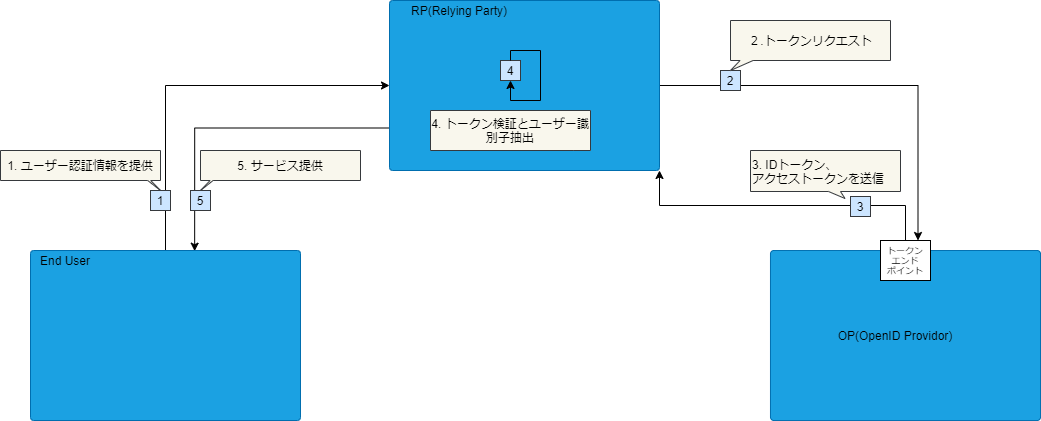
Above: content/docs/auth/stateless-authn/oidc-resource-owner-password-credentials-flow.drawio.png in Fintan-contents/mobile-app-crib-notes (draw.io), before the change. Source tidied: cells renumbered, new cells last; positions are measured from the earlier drawing's top-left corner, leaving out a move shared by most shapes.
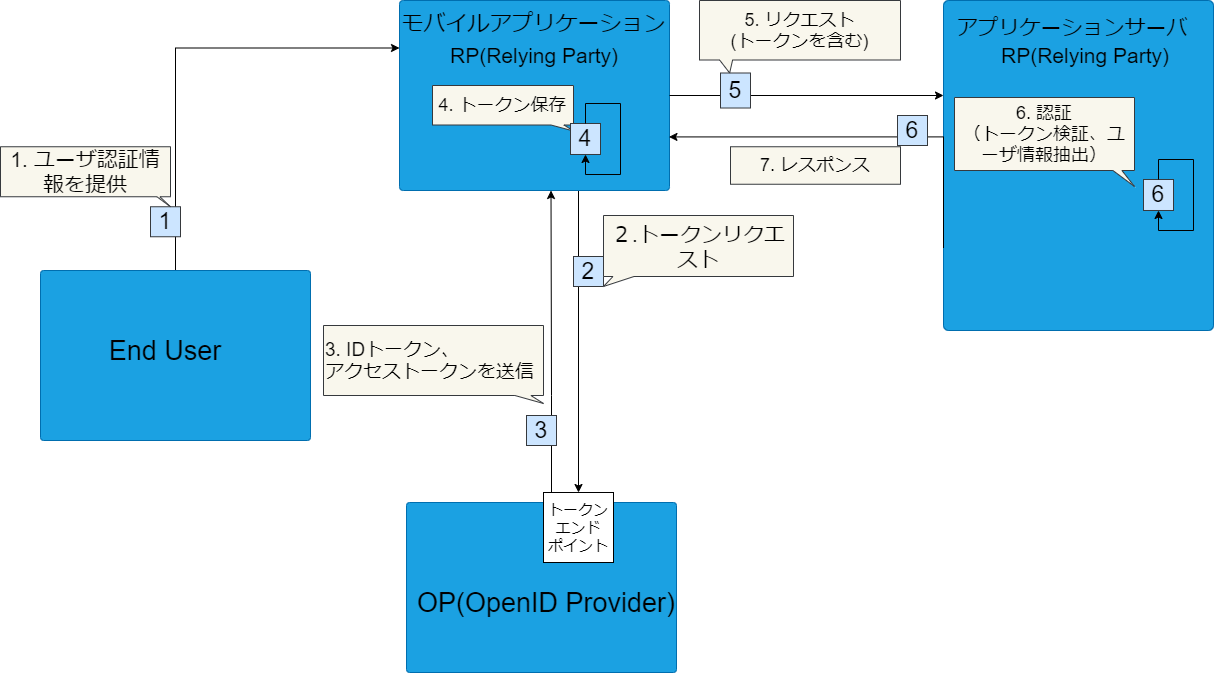
The same file after the commit.

Diff of the diagram source:
```diff
@@ -2,78 +2,134 @@
   <root>
     <mxCell id="0" />
     <mxCell id="1" parent="0" />
-    <mxCell id="2" style="edgeStyle=orthogonalEdgeStyle;jettySize=auto;html=1;exitX=1;exitY=0.5;exitDx=0;exitDy=0;rounded=0;comic=0;entryX=0.75;entryY=0;entryDx=0;entryDy=0;" parent="1" edge="1" source="4" target="13">
-      <mxGeometry relative="1" as="geometry" />
+    <mxCell id="2" style="edgeStyle=orthogonalEdgeStyle;jettySize=auto;html=1;rounded=0;comic=0;entryX=0.5;entryY=0;entryDx=0;entryDy=0;" parent="1" edge="1" target="13">
+      <mxGeometry relative="1" as="geometry">
+        <mxPoint x="418" y="165" as="sourcePoint" />
+        <Array as="points">
+          <mxPoint x="418" y="165" />
+        </Array>
+      </mxGeometry>
     </mxCell>
-    <mxCell id="3" style="edgeStyle=orthogonalEdgeStyle;rounded=0;comic=0;jettySize=auto;html=1;exitX=0;exitY=0.75;exitDx=0;exitDy=0;entryX=0.608;entryY=0.004;entryDx=0;entryDy=0;entryPerimeter=0;startArrow=none;startFill=0;endArrow=classic;endFill=1;fontSize=9;fontColor=#000000;" parent="1" edge="1" source="4" target="8">
-      <mxGeometry relative="1" as="geometry" />
-    </mxCell>
     <mxCell id="4" style="rounded=1;whiteSpace=wrap;html=1;arcSize=2;fillColor=#1ba1e2;strokeColor=#006EAF;fontColor=#ffffff;" parent="1" vertex="1">
-      <mxGeometry x="389" width="270" height="170" as="geometry" />
+      <mxGeometry x="239" y="-25" width="270" height="190" as="geometry" />
     </mxCell>
     <mxCell id="5" style="rounded=1;whiteSpace=wrap;html=1;arcSize=2;fillColor=#1ba1e2;strokeColor=#006EAF;fontColor=#ffffff;" parent="1" vertex="1">
-      <mxGeometry x="770" y="250" width="270" height="170" as="geometry" />
+      <mxGeometry x="246" y="477" width="270" height="170" as="geometry" />
     </mxCell>
-    <mxCell id="6" value="OP(OpenID Providor)" style="text;html=1;strokeColor=none;fillColor=none;align=center;verticalAlign=middle;whiteSpace=wrap;rounded=0;" parent="1" vertex="1">
-      <mxGeometry x="830" y="325" width="130" height="20" as="geometry" />
+    <mxCell id="6" value="OP(OpenID Provider)" style="text;html=1;strokeColor=none;fillColor=none;align=center;verticalAlign=middle;whiteSpace=wrap;rounded=0;fontSize=27;" parent="1" vertex="1">
+      <mxGeometry x="236" y="567" width="300" height="20" as="geometry" />
     </mxCell>
-    <mxCell id="7" style="edgeStyle=orthogonalEdgeStyle;rounded=0;comic=0;jettySize=auto;html=1;exitX=0.5;exitY=0;exitDx=0;exitDy=0;entryX=0;entryY=0.5;entryDx=0;entryDy=0;startArrow=none;startFill=0;endArrow=classic;endFill=1;fontSize=9;fontColor=#000000;" parent="1" edge="1" source="8" target="4">
+    <mxCell id="7" style="edgeStyle=orthogonalEdgeStyle;rounded=0;comic=0;jettySize=auto;html=1;exitX=0.5;exitY=0;exitDx=0;exitDy=0;entryX=0;entryY=0.25;entryDx=0;entryDy=0;startArrow=none;startFill=0;endArrow=classic;endFill=1;fontSize=9;fontColor=#000000;" parent="1" edge="1" source="8" target="4">
       <mxGeometry relative="1" as="geometry" />
     </mxCell>
-    <mxCell id="8" style="rounded=1;whiteSpace=wrap;html=1;arcSize=2;fillColor=#1ba1e2;strokeColor=#006EAF;fontColor=#ffffff;" parent="1" vertex="1">
-      <mxGeometry x="30" y="250" width="270" height="170" as="geometry" />
+    <mxCell id="8" style="rounded=1;whiteSpace=wrap;html=1;arcSize=2;fillColor=#1ba1e2;strokeColor=#006EAF;fontColor=#ffffff;fontSize=18;" parent="1" vertex="1">
+      <mxGeometry x="-120" y="245" width="270" height="170" as="geometry" />
     </mxCell>
-    <mxCell id="9" value="RP(Relying Party)" style="text;html=1;strokeColor=none;fillColor=none;align=center;verticalAlign=middle;whiteSpace=wrap;rounded=0;" parent="1" vertex="1">
-      <mxGeometry x="394" width="130" height="20" as="geometry" />
-    </mxCell>
-    <mxCell id="10" value="End User" style="text;html=1;strokeColor=none;fillColor=none;align=center;verticalAlign=middle;whiteSpace=wrap;rounded=0;" parent="1" vertex="1">
-      <mxGeometry y="250" width="130" height="20" as="geometry" />
+    <mxCell id="10" value="End User" style="text;html=1;strokeColor=none;fillColor=none;align=center;verticalAlign=middle;whiteSpace=wrap;rounded=0;fontSize=27;" parent="1" vertex="1">
+      <mxGeometry x="-60" y="315" width="130" height="20" as="geometry" />
     </mxCell>
-    <mxCell id="11" value="2" style="rounded=0;whiteSpace=wrap;html=1;fillColor=#cce5ff;strokeColor=#36393d;fontColor=#000000;" parent="1" vertex="1">
-      <mxGeometry x="720" y="70" width="20" height="20" as="geometry" />
+    <mxCell id="11" value="2" style="rounded=0;whiteSpace=wrap;html=1;fillColor=#cce5ff;strokeColor=#36393d;fontColor=#000000;fontSize=23;" parent="1" vertex="1">
+      <mxGeometry x="413" y="231" width="30" height="30" as="geometry" />
     </mxCell>
-    <mxCell id="12" value="２.トークンリクエスト" style="shape=callout;whiteSpace=wrap;html=1;perimeter=calloutPerimeter;position2=0;base=13;size=10;position=0.06;fillColor=#f9f7ed;strokeColor=#36393d;fontColor=#000000;" parent="1" vertex="1">
-      <mxGeometry x="730" y="20" width="160" height="50" as="geometry" />
+    <mxCell id="12" value="&lt;span style=&quot;font-size: 21px&quot;&gt;２.トークンリクエスト&lt;/span&gt;" style="shape=callout;whiteSpace=wrap;html=1;perimeter=calloutPerimeter;position2=0;base=21;size=10;position=0.05;fillColor=#f9f7ed;strokeColor=#36393d;fontColor=#000000;fontSize=18;" parent="1" vertex="1">
+      <mxGeometry x="443" y="190" width="190" height="71" as="geometry" />
     </mxCell>
-    <mxCell id="13" value="トークン&lt;br style=&quot;font-size: 9px&quot;&gt;エンド&lt;br style=&quot;font-size: 9px&quot;&gt;ポイント" style="rounded=0;whiteSpace=wrap;html=1;fontSize=9;" parent="1" vertex="1">
-      <mxGeometry x="880" y="240" width="50" height="40" as="geometry" />
+    <mxCell id="13" value="トークン&lt;br style=&quot;font-size: 15px&quot;&gt;エンド&lt;br style=&quot;font-size: 15px&quot;&gt;ポイント" style="rounded=0;whiteSpace=wrap;html=1;fontSize=15;" parent="1" vertex="1">
+      <mxGeometry x="383" y="467" width="70" height="70" as="geometry" />
     </mxCell>
-    <mxCell id="14" style="edgeStyle=orthogonalEdgeStyle;rounded=0;comic=0;jettySize=auto;html=1;exitX=0.5;exitY=0;exitDx=0;exitDy=0;entryX=1;entryY=1;entryDx=0;entryDy=0;startArrow=none;startFill=0;endArrow=classic;endFill=1;fontSize=9;" parent="1" edge="1" source="13" target="4">
-      <mxGeometry relative="1" as="geometry" />
-    </mxCell>
+    <mxCell id="19" value="4. トークン保存" style="shape=callout;whiteSpace=wrap;html=1;perimeter=calloutPerimeter;position2=1;base=13;size=6;position=0.84;fillColor=#f9f7ed;strokeColor=#36393d;fontColor=#000000;fontSize=18;" parent="1" vertex="1">
+      <mxGeometry x="272" y="60" width="141" height="45.5" as="geometry" />
+    </mxCell>
+    <mxCell id="17" value="4" style="rounded=0;whiteSpace=wrap;html=1;fillColor=#cce5ff;strokeColor=#36393d;fontColor=#000000;fontSize=23;" parent="1" vertex="1">
+      <mxGeometry x="410" y="98" width="30" height="31" as="geometry" />
+    </mxCell>
+    <mxCell id="18" style="edgeStyle=orthogonalEdgeStyle;rounded=0;orthogonalLoop=1;jettySize=auto;html=1;exitX=0.5;exitY=0;exitDx=0;exitDy=0;entryX=0.5;entryY=1;entryDx=0;entryDy=0;" parent="1" edge="1" source="17" target="17">
+      <mxGeometry relative="1" as="geometry">
+        <Array as="points">
+          <mxPoint x="425" y="78" />
+          <mxPoint x="460" y="78" />
+          <mxPoint x="460" y="149" />
+          <mxPoint x="425" y="149" />
+        </Array>
+      </mxGeometry>
+    </mxCell>
+    <mxCell id="24" style="rounded=1;whiteSpace=wrap;html=1;arcSize=2;fillColor=#1ba1e2;strokeColor=#006EAF;fontColor=#ffffff;fontSize=18;" parent="1" vertex="1">
+      <mxGeometry x="783" y="-25" width="270" height="330" as="geometry" />
+    </mxCell>
+    <mxCell id="25" value="アプリケーションサーバ" style="text;html=1;strokeColor=none;fillColor=none;align=center;verticalAlign=middle;whiteSpace=wrap;rounded=0;fontSize=21;" parent="1" vertex="1">
+      <mxGeometry x="787" y="-3" width="250" height="10" as="geometry" />
+    </mxCell>
+    <mxCell id="26" value="RP(Relying Party)" style="text;html=1;strokeColor=none;fillColor=none;align=center;verticalAlign=middle;whiteSpace=wrap;rounded=0;fontSize=21;" parent="1" vertex="1">
+      <mxGeometry x="787" y="20" width="276" height="20" as="geometry" />
+    </mxCell>
+    <mxCell id="27" value="モバイルアプリケーション" style="text;html=1;strokeColor=none;fillColor=none;align=center;verticalAlign=middle;whiteSpace=wrap;rounded=0;fontSize=22;" parent="1" vertex="1">
+      <mxGeometry x="240" y="-25" width="267" height="45" as="geometry" />
+    </mxCell>
+    <mxCell id="28" style="edgeStyle=orthogonalEdgeStyle;jettySize=auto;html=1;rounded=0;comic=0;entryX=0.75;entryY=1;entryDx=0;entryDy=0;" parent="1" edge="1" source="13">
+      <mxGeometry relative="1" as="geometry">
+        <mxPoint x="390.5" y="165" as="targetPoint" />
+        <Array as="points">
+          <mxPoint x="391" y="370" />
+          <mxPoint x="391" y="370" />
+        </Array>
+      </mxGeometry>
+    </mxCell>
+    <mxCell id="29" value="6" style="rounded=0;whiteSpace=wrap;html=1;fillColor=#cce5ff;strokeColor=#36393d;fontColor=#000000;fontSize=23;" parent="1" vertex="1">
+      <mxGeometry x="983" y="154" width="30" height="31" as="geometry" />
+    </mxCell>
+    <mxCell id="30" style="edgeStyle=orthogonalEdgeStyle;rounded=0;orthogonalLoop=1;jettySize=auto;html=1;exitX=0.5;exitY=0;exitDx=0;exitDy=0;entryX=0.5;entryY=1;entryDx=0;entryDy=0;" parent="1" edge="1" source="29" target="29">
+      <mxGeometry relative="1" as="geometry">
+        <Array as="points">
+          <mxPoint x="998" y="134" />
+          <mxPoint x="1033" y="134" />
+          <mxPoint x="1033" y="205" />
+          <mxPoint x="998" y="205" />
+        </Array>
+      </mxGeometry>
+    </mxCell>
+    <mxCell id="31" style="edgeStyle=orthogonalEdgeStyle;rounded=0;comic=0;jettySize=auto;html=1;exitX=1;exitY=0.5;exitDx=0;exitDy=0;startArrow=none;startFill=0;endArrow=classic;endFill=1;fontSize=9;fontColor=#000000;" parent="1" edge="1" source="4" target="24">
+      <mxGeometry relative="1" as="geometry">
+        <Array as="points">
+          <mxPoint x="783" y="70" />
+        </Array>
+      </mxGeometry>
+    </mxCell>
+    <mxCell id="22" value="5" style="rounded=0;whiteSpace=wrap;html=1;fillColor=#cce5ff;strokeColor=#36393d;fontColor=#000000;fontSize=23;" parent="1" vertex="1">
+      <mxGeometry x="560" y="47.5" width="30" height="35" as="geometry" />
+    </mxCell>
+    <mxCell id="32" value="5. リクエスト&lt;br&gt;(トークンを含む)" style="shape=callout;whiteSpace=wrap;html=1;perimeter=calloutPerimeter;position2=0.15;base=13;size=13;position=0.1;fillColor=#f9f7ed;strokeColor=#36393d;fontColor=#000000;fontSize=18;" parent="1" vertex="1">
+      <mxGeometry x="539" y="-25" width="201" height="72.5" as="geometry" />
+    </mxCell>
+    <mxCell id="33" value="6. 認証&lt;br&gt;（トークン検証、ユーザ情報抽出）" style="shape=callout;whiteSpace=wrap;html=1;perimeter=calloutPerimeter;position2=1;base=9;size=16;position=0.88;fillColor=#f9f7ed;strokeColor=#36393d;fontColor=#000000;fontSize=18;" parent="1" vertex="1">
+      <mxGeometry x="794" y="72" width="180" height="89" as="geometry" />
+    </mxCell>
+    <mxCell id="34" style="edgeStyle=orthogonalEdgeStyle;rounded=0;comic=0;jettySize=auto;html=1;exitX=0;exitY=0.75;exitDx=0;exitDy=0;entryX=0.998;entryY=0.718;entryDx=0;entryDy=0;entryPerimeter=0;startArrow=none;startFill=0;endArrow=classic;endFill=1;fontSize=9;fontColor=#000000;" parent="1" edge="1" source="24" target="4">
+      <mxGeometry relative="1" as="geometry">
+        <Array as="points">
+          <mxPoint x="783" y="111" />
+        </Array>
+      </mxGeometry>
+    </mxCell>
+    <mxCell id="35" value="6" style="rounded=0;whiteSpace=wrap;html=1;fillColor=#cce5ff;strokeColor=#36393d;fontColor=#000000;fontSize=23;" parent="1" vertex="1">
+      <mxGeometry x="737" y="90" width="30" height="30" as="geometry" />
+    </mxCell>
+    <mxCell id="36" value="7. レスポンス" style="shape=callout;whiteSpace=wrap;html=1;perimeter=calloutPerimeter;position2=0;base=10;size=0;position=0;fillColor=#f9f7ed;strokeColor=#36393d;fontColor=#000000;fontSize=18;" parent="1" vertex="1">
+      <mxGeometry x="570" y="121.2" width="170" height="37.5" as="geometry" />
+    </mxCell>
+    <mxCell id="20" value="1" style="rounded=0;whiteSpace=wrap;html=1;fillColor=#cce5ff;strokeColor=#36393d;fontColor=#000000;fontSize=23;" parent="1" vertex="1">
+      <mxGeometry x="-10" y="181.2" width="30" height="30" as="geometry" />
+    </mxCell>
+    <mxCell id="37" value="1. ユーザ認証情報を提供" style="shape=callout;whiteSpace=wrap;html=1;perimeter=calloutPerimeter;position2=1;base=3;size=10;position=0.92;fillColor=#f9f7ed;strokeColor=#36393d;fontColor=#000000;fontSize=21;" parent="1" vertex="1">
+      <mxGeometry x="-160" y="121.2" width="170" height="60" as="geometry" />
+    </mxCell>
-    <mxCell id="15" value="3" style="rounded=0;whiteSpace=wrap;html=1;fillColor=#cce5ff;strokeColor=#36393d;fontColor=#000000;" parent="1" vertex="1">
-      <mxGeometry x="850" y="196" width="20" height="20" as="geometry" />
+    <mxCell id="15" value="3" style="rounded=0;whiteSpace=wrap;html=1;fillColor=#cce5ff;strokeColor=#36393d;fontColor=#000000;fontSize=23;" parent="1" vertex="1">
+      <mxGeometry x="366" y="390" width="30" height="30" as="geometry" />
     </mxCell>
-    <mxCell id="16" value="3. IDトークン、&lt;br&gt;アクセストークンを送信" style="shape=callout;whiteSpace=wrap;html=1;perimeter=calloutPerimeter;position2=0.63;base=12;size=7;position=0.52;fillColor=#f9f7ed;strokeColor=#36393d;fontColor=#000000;align=left;" parent="1" vertex="1">
-      <mxGeometry x="750" y="150" width="150" height="48" as="geometry" />
+    <mxCell id="16" value="3. IDトークン、&lt;br style=&quot;font-size: 19px;&quot;&gt;アクセストークンを送信" style="shape=callout;whiteSpace=wrap;html=1;perimeter=calloutPerimeter;position2=1;base=16;size=8;position=0.87;fillColor=#f9f7ed;strokeColor=#36393d;fontColor=#000000;align=left;fontSize=19;" parent="1" vertex="1">
+      <mxGeometry x="163" y="300" width="220" height="78" as="geometry" />
     </mxCell>
-    <mxCell id="17" value="4" style="rounded=0;whiteSpace=wrap;html=1;fillColor=#cce5ff;strokeColor=#36393d;fontColor=#000000;" parent="1" vertex="1">
-      <mxGeometry x="500" y="60" width="20" height="20" as="geometry" />
-    </mxCell>
-    <mxCell id="18" style="edgeStyle=orthogonalEdgeStyle;rounded=0;orthogonalLoop=1;jettySize=auto;html=1;exitX=0.5;exitY=0;exitDx=0;exitDy=0;entryX=0.5;entryY=1;entryDx=0;entryDy=0;" parent="1" edge="1" source="17" target="17">
-      <mxGeometry relative="1" as="geometry">
-        <Array as="points">
-          <mxPoint x="510" y="50" />
-          <mxPoint x="540" y="50" />
-          <mxPoint x="540" y="100" />
-          <mxPoint x="510" y="100" />
-        </Array>
-      </mxGeometry>
-    </mxCell>
-    <mxCell id="19" value="4. トークン検証とユーザー識別子抽出" style="shape=callout;whiteSpace=wrap;html=1;perimeter=calloutPerimeter;position2=0.69;base=13;size=0;position=0.81;fillColor=#f9f7ed;strokeColor=#36393d;fontColor=#000000;" parent="1" vertex="1">
-      <mxGeometry x="430" y="110" width="160" height="40" as="geometry" />
-    </mxCell>
-    <mxCell id="20" value="1" style="rounded=0;whiteSpace=wrap;html=1;fillColor=#cce5ff;strokeColor=#36393d;fontColor=#000000;" parent="1" vertex="1">
-      <mxGeometry x="150" y="190" width="20" height="20" as="geometry" />
-    </mxCell>
-    <mxCell id="21" value="1. ユーザー認証情報を提供" style="shape=callout;whiteSpace=wrap;html=1;perimeter=calloutPerimeter;position2=1;base=3;size=10;position=0.92;fillColor=#f9f7ed;strokeColor=#36393d;fontColor=#000000;" parent="1" vertex="1">
-      <mxGeometry y="150" width="160" height="40" as="geometry" />
-    </mxCell>
-    <mxCell id="22" value="5" style="rounded=0;whiteSpace=wrap;html=1;fillColor=#cce5ff;strokeColor=#36393d;fontColor=#000000;" parent="1" vertex="1">
-      <mxGeometry x="190" y="190" width="20" height="20" as="geometry" />
-    </mxCell>
-    <mxCell id="23" value="5. サービス提供" style="shape=callout;whiteSpace=wrap;html=1;perimeter=calloutPerimeter;position2=0;base=3;size=10;position=0.06;fillColor=#f9f7ed;strokeColor=#36393d;fontColor=#000000;" parent="1" vertex="1">
-      <mxGeometry x="200" y="150" width="160" height="40" as="geometry" />
-    </mxCell>
+    <mxCell id="38" value="RP(Relying Party)" style="text;html=1;strokeColor=none;fillColor=none;align=center;verticalAlign=middle;whiteSpace=wrap;rounded=0;fontSize=21;" parent="1" vertex="1">
+      <mxGeometry x="235.5" y="20" width="276" height="20" as="geometry" />
+    </mxCell>
   </root>
 </mxGraphModel>
```
